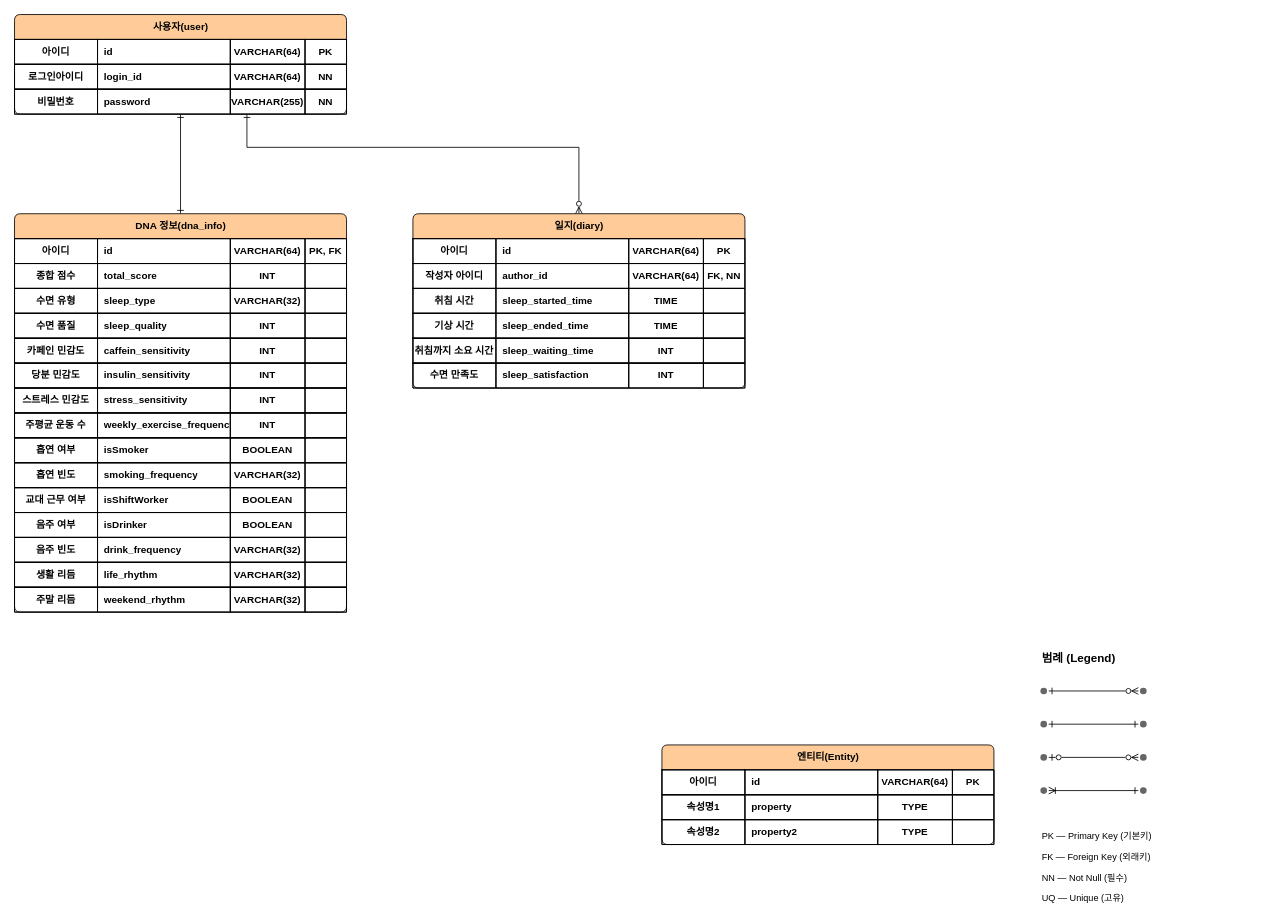
Earlier version of the draw.io diagram docs/diagram/ERD.drawio (lion-anzaanza/AntiAgingDNA_API). Source tidied: cells renumbered, new cells numbered last; positions are measured from the earlier drawing's top-left corner, leaving out a move shared by most shapes. Both pictures are drawn from the tidied source at 83%, with x=0, y=0 at pixel (14, 14).
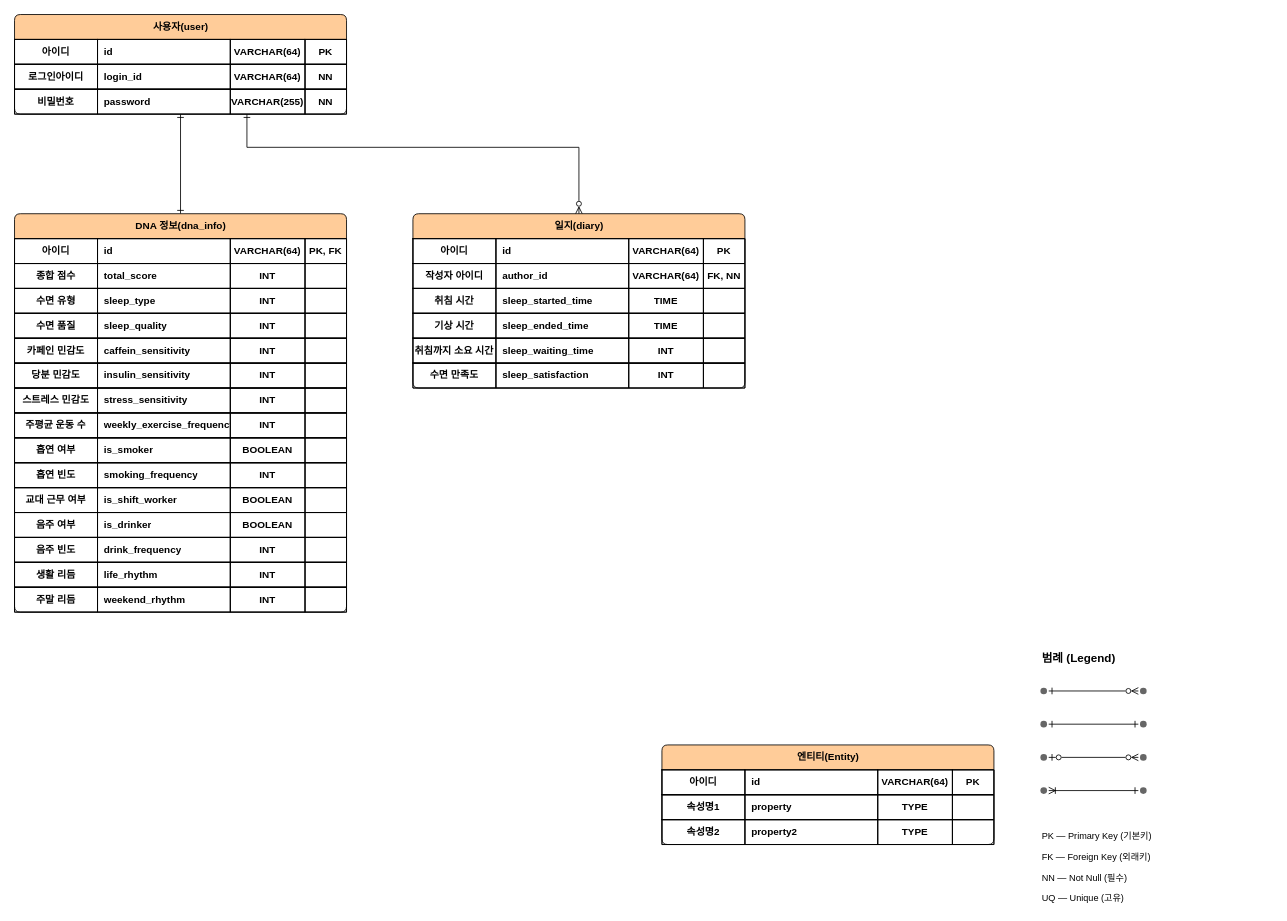
The same page after the edit.

Commit message (it also covers changes not shown here):
docs: finalize dna_info column naming and enum-backed types

- rename isSmoker/isShiftWorker/isDrinker to snake_case
  (is_smoker/is_shift_worker/is_drinker) to match the rest of the schema
- store sleep_type/smoking_frequency/drink_frequency/life_rhythm/
  weekend_rhythm as integer enum codes (INT) instead of VARCHAR(32)
  category strings
- update SKILL.md §0/§5/§8 to record these as confirmed decisions

The change refers to these unchanged cells:
```xml
<mxCell id="64" style="shape=tableRow;horizontal=0;startSize=0;swimlaneHead=0;swimlaneBody=0;fillColor=none;rounded=1;arcSize=14;absoluteArcSize=1;fontSize=12;fontStyle=1;" parent="53" vertex="1">
  <mxGeometry y="90" width="400" height="30" as="geometry" />
</mxCell>
<mxCell id="94" style="shape=tableRow;horizontal=0;startSize=0;swimlaneHead=0;swimlaneBody=0;fillColor=none;rounded=1;arcSize=14;absoluteArcSize=1;fontSize=12;fontStyle=1;" parent="53" vertex="1">
  <mxGeometry y="270" width="400" height="30" as="geometry" />
</mxCell>
<mxCell id="99" style="shape=tableRow;horizontal=0;startSize=0;swimlaneHead=0;swimlaneBody=0;fillColor=none;rounded=1;arcSize=14;absoluteArcSize=1;fontSize=12;fontStyle=1;" parent="53" vertex="1">
  <mxGeometry y="300" width="400" height="30" as="geometry" />
</mxCell>
<mxCell id="104" style="shape=tableRow;horizontal=0;startSize=0;swimlaneHead=0;swimlaneBody=0;fillColor=none;rounded=1;arcSize=14;absoluteArcSize=1;fontSize=12;fontStyle=1;" parent="53" vertex="1">
  <mxGeometry y="330" width="400" height="30" as="geometry" />
</mxCell>
<mxCell id="109" style="shape=tableRow;horizontal=0;startSize=0;swimlaneHead=0;swimlaneBody=0;fillColor=none;rounded=1;arcSize=14;absoluteArcSize=1;fontSize=12;fontStyle=1;" parent="53" vertex="1">
  <mxGeometry y="360" width="400" height="30" as="geometry" />
</mxCell>
<mxCell id="114" style="shape=tableRow;horizontal=0;startSize=0;swimlaneHead=0;swimlaneBody=0;fillColor=none;rounded=1;arcSize=14;absoluteArcSize=1;fontSize=12;fontStyle=1;" parent="53" vertex="1">
  <mxGeometry y="390" width="400" height="30" as="geometry" />
</mxCell>
<mxCell id="119" style="shape=tableRow;horizontal=0;startSize=0;swimlaneHead=0;swimlaneBody=0;fillColor=none;rounded=1;arcSize=14;absoluteArcSize=1;fontSize=12;fontStyle=1;" parent="53" vertex="1">
  <mxGeometry y="420" width="400" height="30" as="geometry" />
</mxCell>
<mxCell id="124" style="shape=tableRow;horizontal=0;startSize=0;swimlaneHead=0;swimlaneBody=0;fillColor=none;rounded=1;arcSize=14;absoluteArcSize=1;fontSize=12;fontStyle=1;" parent="53" vertex="1">
  <mxGeometry y="450" width="400" height="30" as="geometry" />
</mxCell>
```

Change to the diagram source:
```diff
@@
-    <mxCell id="67" value="VARCHAR(32)" style="shape=partialRectangle;fillColor=none;overflow=hidden;whiteSpace=wrap;html=1;rounded=1;arcSize=14;absoluteArcSize=1;align=center;fontSize=12;fontStyle=1;" parent="64" vertex="1">
+    <mxCell id="67" value="INT" style="shape=partialRectangle;fillColor=none;overflow=hidden;whiteSpace=wrap;html=1;rounded=1;arcSize=14;absoluteArcSize=1;align=center;fontSize=12;fontStyle=1;" parent="64" vertex="1">
       <mxGeometry x="260" width="90" height="30" as="geometry" />
     </mxCell>
@@
-    <mxCell id="96" value="isSmoker" style="shape=partialRectangle;fillColor=none;overflow=hidden;whiteSpace=wrap;html=1;rounded=1;arcSize=14;absoluteArcSize=1;align=left;spacingLeft=6;fontSize=12;fontStyle=1;" parent="94" vertex="1">
+    <mxCell id="96" value="is_smoker" style="shape=partialRectangle;fillColor=none;overflow=hidden;whiteSpace=wrap;html=1;rounded=1;arcSize=14;absoluteArcSize=1;align=left;spacingLeft=6;fontSize=12;fontStyle=1;" parent="94" vertex="1">
       <mxGeometry x="100" width="160" height="30" as="geometry" />
     </mxCell>
@@
-    <mxCell id="102" value="VARCHAR(32)" style="shape=partialRectangle;fillColor=none;overflow=hidden;whiteSpace=wrap;html=1;rounded=1;arcSize=14;absoluteArcSize=1;align=center;fontSize=12;fontStyle=1;" parent="99" vertex="1">
+    <mxCell id="102" value="INT" style="shape=partialRectangle;fillColor=none;overflow=hidden;whiteSpace=wrap;html=1;rounded=1;arcSize=14;absoluteArcSize=1;align=center;fontSize=12;fontStyle=1;" parent="99" vertex="1">
       <mxGeometry x="260" width="90" height="30" as="geometry" />
     </mxCell>
@@
-    <mxCell id="106" value="isShiftWorker" style="shape=partialRectangle;fillColor=none;overflow=hidden;whiteSpace=wrap;html=1;rounded=1;arcSize=14;absoluteArcSize=1;align=left;spacingLeft=6;fontSize=12;fontStyle=1;" parent="104" vertex="1">
+    <mxCell id="106" value="is_shift_worker" style="shape=partialRectangle;fillColor=none;overflow=hidden;whiteSpace=wrap;html=1;rounded=1;arcSize=14;absoluteArcSize=1;align=left;spacingLeft=6;fontSize=12;fontStyle=1;" parent="104" vertex="1">
       <mxGeometry x="100" width="160" height="30" as="geometry" />
     </mxCell>
@@
-    <mxCell id="111" value="isDrinker" style="shape=partialRectangle;fillColor=none;overflow=hidden;whiteSpace=wrap;html=1;rounded=1;arcSize=14;absoluteArcSize=1;align=left;spacingLeft=6;fontSize=12;fontStyle=1;" parent="109" vertex="1">
+    <mxCell id="111" value="is_drinker" style="shape=partialRectangle;fillColor=none;overflow=hidden;whiteSpace=wrap;html=1;rounded=1;arcSize=14;absoluteArcSize=1;align=left;spacingLeft=6;fontSize=12;fontStyle=1;" parent="109" vertex="1">
       <mxGeometry x="100" width="160" height="30" as="geometry" />
     </mxCell>
@@
-    <mxCell id="117" value="VARCHAR(32)" style="shape=partialRectangle;fillColor=none;overflow=hidden;whiteSpace=wrap;html=1;rounded=1;arcSize=14;absoluteArcSize=1;align=center;fontSize=12;fontStyle=1;" parent="114" vertex="1">
+    <mxCell id="117" value="INT" style="shape=partialRectangle;fillColor=none;overflow=hidden;whiteSpace=wrap;html=1;rounded=1;arcSize=14;absoluteArcSize=1;align=center;fontSize=12;fontStyle=1;" parent="114" vertex="1">
       <mxGeometry x="260" width="90" height="30" as="geometry" />
     </mxCell>
@@
-    <mxCell id="122" value="VARCHAR(32)" style="shape=partialRectangle;fillColor=none;overflow=hidden;whiteSpace=wrap;html=1;rounded=1;arcSize=14;absoluteArcSize=1;align=center;fontSize=12;fontStyle=1;" parent="119" vertex="1">
+    <mxCell id="122" value="INT" style="shape=partialRectangle;fillColor=none;overflow=hidden;whiteSpace=wrap;html=1;rounded=1;arcSize=14;absoluteArcSize=1;align=center;fontSize=12;fontStyle=1;" parent="119" vertex="1">
       <mxGeometry x="260" width="90" height="30" as="geometry" />
     </mxCell>
@@
-    <mxCell id="127" value="VARCHAR(32)" style="shape=partialRectangle;fillColor=none;overflow=hidden;whiteSpace=wrap;html=1;rounded=1;arcSize=14;absoluteArcSize=1;align=center;fontSize=12;fontStyle=1;" parent="124" vertex="1">
+    <mxCell id="127" value="INT" style="shape=partialRectangle;fillColor=none;overflow=hidden;whiteSpace=wrap;html=1;rounded=1;arcSize=14;absoluteArcSize=1;align=center;fontSize=12;fontStyle=1;" parent="124" vertex="1">
       <mxGeometry x="260" width="90" height="30" as="geometry" />
     </mxCell>
```
